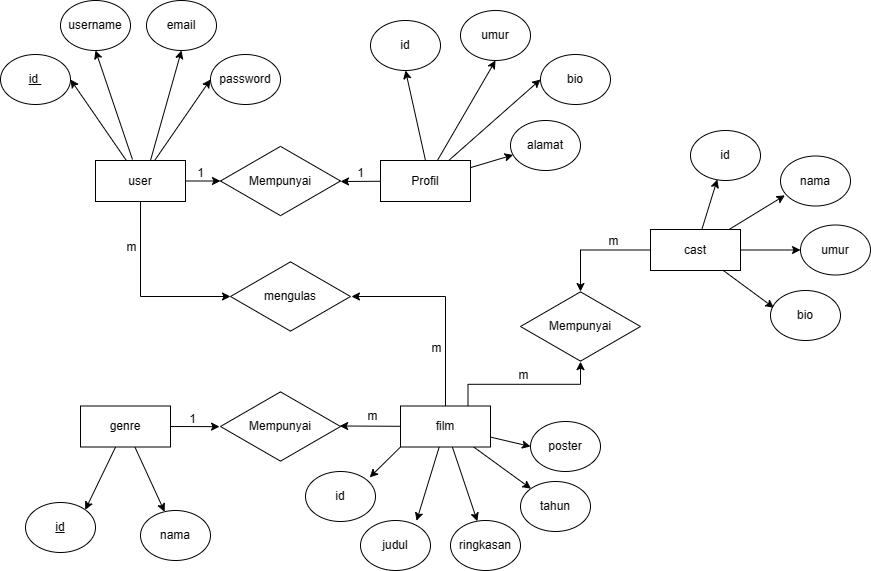
Before: ERD-Review-Film.drawio.png, a diagram exported from draw.io (Ikhs4nw/ERD-Database). Source tidied: cells renumbered, new cells last; positions are measured from the earlier drawing's top-left corner, leaving out a move shared by most shapes.
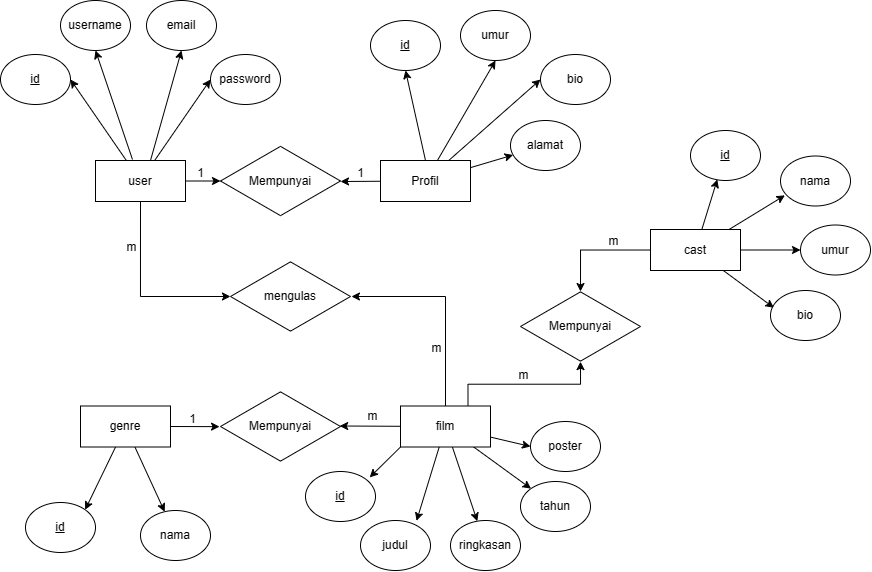
The same file after the commit.

Diff of the diagram source:
```diff
@@ -22,7 +22,7 @@
     <mxCell id="7" value="user" style="rounded=0;whiteSpace=wrap;html=1;" parent="1" vertex="1">
       <mxGeometry x="95" y="160" width="90" height="41" as="geometry" />
     </mxCell>
-    <mxCell id="8" value="&lt;u&gt;id&amp;nbsp;&lt;/u&gt;" style="ellipse;whiteSpace=wrap;html=1;" parent="1" vertex="1">
+    <mxCell id="8" value="&lt;u&gt;id&lt;/u&gt;" style="ellipse;whiteSpace=wrap;html=1;" parent="1" vertex="1">
       <mxGeometry y="54" width="70" height="50" as="geometry" />
     </mxCell>
     <mxCell id="9" value="username" style="ellipse;whiteSpace=wrap;html=1;" parent="1" vertex="1">
@@ -49,7 +49,7 @@
     <mxCell id="16" value="Profil" style="rounded=0;whiteSpace=wrap;html=1;" parent="1" vertex="1">
       <mxGeometry x="380" y="160" width="90" height="41" as="geometry" />
     </mxCell>
-    <mxCell id="17" value="id" style="ellipse;whiteSpace=wrap;html=1;" parent="1" vertex="1">
+    <mxCell id="17" value="&lt;u&gt;id&lt;/u&gt;" style="ellipse;whiteSpace=wrap;html=1;" parent="1" vertex="1">
       <mxGeometry x="370" y="20" width="70" height="50" as="geometry" />
     </mxCell>
     <mxCell id="18" value="umur" style="ellipse;whiteSpace=wrap;html=1;" parent="1" vertex="1">
@@ -102,7 +102,7 @@
     <mxCell id="33" value="film" style="rounded=0;whiteSpace=wrap;html=1;" parent="1" vertex="1">
       <mxGeometry x="400" y="405.5" width="90" height="41" as="geometry" />
     </mxCell>
-    <mxCell id="34" value="id" style="ellipse;whiteSpace=wrap;html=1;" parent="1" vertex="1">
+    <mxCell id="34" value="&lt;u&gt;id&lt;/u&gt;" style="ellipse;whiteSpace=wrap;html=1;" parent="1" vertex="1">
       <mxGeometry x="305" y="471" width="70" height="50" as="geometry" />
     </mxCell>
     <mxCell id="35" value="judul" style="ellipse;whiteSpace=wrap;html=1;" parent="1" vertex="1">
@@ -163,7 +163,7 @@
     <mxCell id="50" value="cast" style="rounded=0;whiteSpace=wrap;html=1;" parent="1" vertex="1">
       <mxGeometry x="650" y="229" width="90" height="41" as="geometry" />
     </mxCell>
-    <mxCell id="51" value="id" style="ellipse;whiteSpace=wrap;html=1;" parent="1" vertex="1">
+    <mxCell id="51" value="&lt;u&gt;id&lt;/u&gt;" style="ellipse;whiteSpace=wrap;html=1;" parent="1" vertex="1">
       <mxGeometry x="690" y="130" width="70" height="50" as="geometry" />
     </mxCell>
     <mxCell id="52" value="nama" style="ellipse;whiteSpace=wrap;html=1;" parent="1" vertex="1">
```
